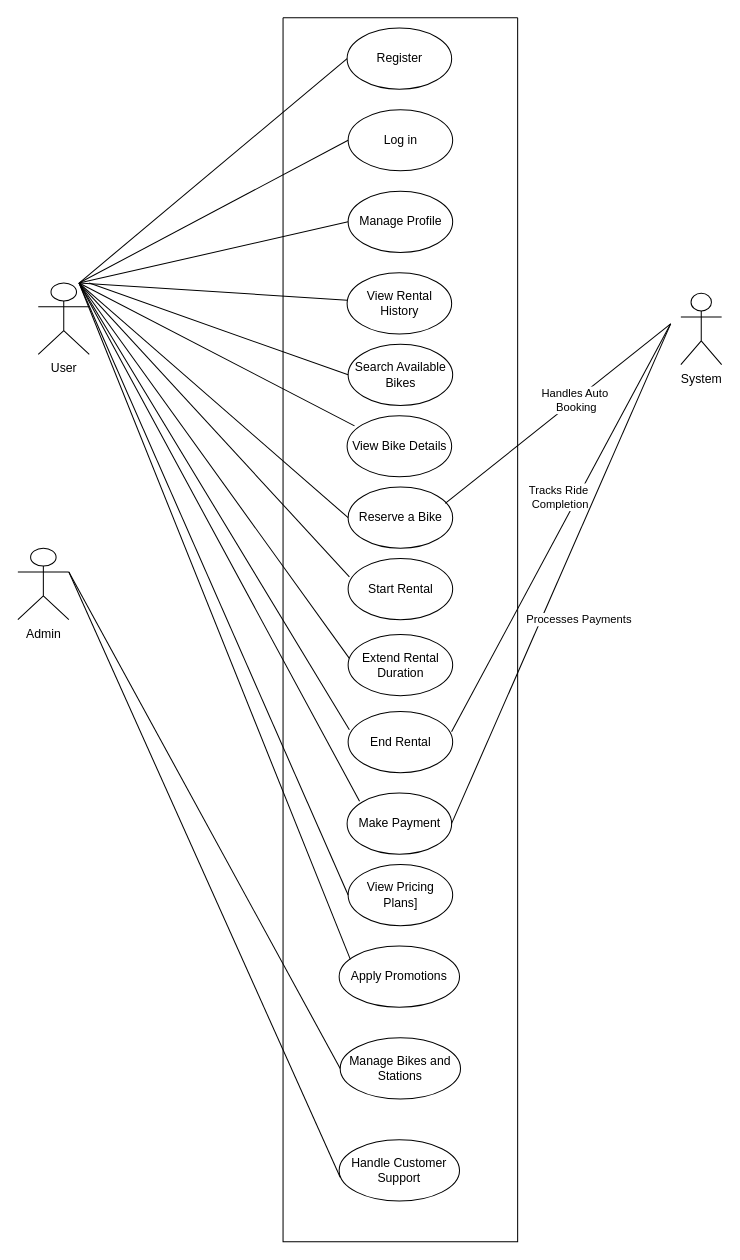
This is Untitled Diagram.drawio from Shalani98/Shalani98, a draw.io file, before an edit. Source tidied: cells renumbered, new cells numbered last; positions are measured from the earlier drawing's top-left corner, leaving out a move shared by most shapes. Both pictures are drawn from the tidied source at 102%, with x=0, y=0 at pixel (17, 17).
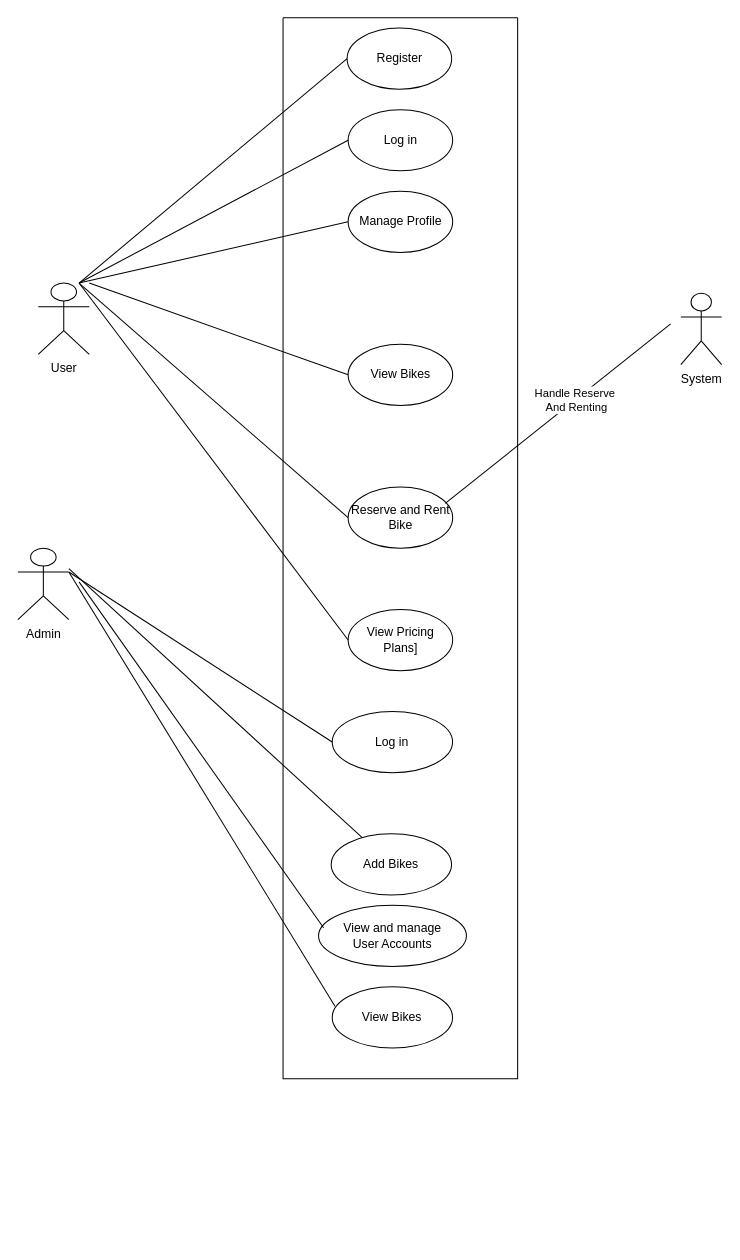
After the change.

Unchanged cells that the change refers to:
```xml
<mxCell id="26" value="Admin" style="shape=umlActor;verticalLabelPosition=bottom;verticalAlign=top;html=1;outlineConnect=0;" parent="1" vertex="1">
  <mxGeometry y="520" width="50" height="70" as="geometry" />
</mxCell>
<mxCell id="39" style="endArrow=none;html=1;rounded=0;exitX=0.929;exitY=0.267;exitDx=0;exitDy=0;exitPerimeter=0;" parent="1" edge="1" source="9">
  <mxGeometry relative="1" as="geometry">
    <mxPoint x="640" y="300" as="targetPoint" />
  </mxGeometry>
</mxCell>
```

What changed in the source:
```diff
@@
     <mxCell id="2" style="swimlane;startSize=0;" parent="1" vertex="1">
-      <mxGeometry x="260" width="230" height="1200" as="geometry" />
+      <mxGeometry x="260" width="230" height="1040" as="geometry" />
     </mxCell>
@@
-    <mxCell id="6" value="View Rental History" style="ellipse;whiteSpace=wrap;html=1;" parent="2" vertex="1">
-      <mxGeometry x="62.8" y="250" width="102.5" height="60" as="geometry" />
-    </mxCell>
-    <mxCell id="7" value="Search Available Bikes" style="ellipse;whiteSpace=wrap;html=1;" parent="2" vertex="1">
+    <mxCell id="7" value="View Bikes" style="ellipse;whiteSpace=wrap;html=1;" parent="2" vertex="1">
       <mxGeometry x="63.8" y="320" width="102.5" height="60" as="geometry" />
     </mxCell>
-    <mxCell id="8" value="View Bike Details" style="ellipse;whiteSpace=wrap;html=1;" parent="2" vertex="1">
-      <mxGeometry x="62.8" y="390" width="102.5" height="60" as="geometry" />
-    </mxCell>
-    <mxCell id="9" value="Reserve a Bike" style="ellipse;whiteSpace=wrap;html=1;" parent="2" vertex="1">
+    <mxCell id="9" value="Reserve and Rent&lt;div&gt;Bike&lt;/div&gt;" style="ellipse;whiteSpace=wrap;html=1;" parent="2" vertex="1">
       <mxGeometry x="63.8" y="460" width="102.5" height="60" as="geometry" />
     </mxCell>
-    <mxCell id="10" value="Start Rental" style="ellipse;whiteSpace=wrap;html=1;" parent="2" vertex="1">
-      <mxGeometry x="63.8" y="530" width="102.5" height="60" as="geometry" />
-    </mxCell>
-    <mxCell id="11" value="Extend Rental Duration" style="ellipse;whiteSpace=wrap;html=1;" parent="2" vertex="1">
-      <mxGeometry x="63.8" y="604.5" width="102.5" height="60" as="geometry" />
-    </mxCell>
-    <mxCell id="12" value="End Rental" style="ellipse;whiteSpace=wrap;html=1;" parent="2" vertex="1">
-      <mxGeometry x="63.8" y="680" width="102.5" height="60" as="geometry" />
-    </mxCell>
-    <mxCell id="13" value="Make Payment" style="ellipse;whiteSpace=wrap;html=1;" parent="2" vertex="1">
-      <mxGeometry x="62.8" y="760" width="102.5" height="60" as="geometry" />
-    </mxCell>
     <mxCell id="14" value="View Pricing Plans]" style="ellipse;whiteSpace=wrap;html=1;" parent="2" vertex="1">
-      <mxGeometry x="63.8" y="830" width="102.5" height="60" as="geometry" />
+      <mxGeometry x="63.8" y="580" width="102.5" height="60" as="geometry" />
     </mxCell>
-    <mxCell id="15" value="Apply Promotions" style="ellipse;whiteSpace=wrap;html=1;" parent="2" vertex="1">
-      <mxGeometry x="55" y="910" width="118" height="60" as="geometry" />
-    </mxCell>
-    <mxCell id="16" value="Manage Bikes and Stations" style="ellipse;whiteSpace=wrap;html=1;" parent="2" vertex="1">
-      <mxGeometry x="56" y="1000" width="118" height="60" as="geometry" />
+    <mxCell id="16" value="Log in" style="ellipse;whiteSpace=wrap;html=1;" parent="2" vertex="1">
+      <mxGeometry x="48.2" y="680" width="118" height="60" as="geometry" />
     </mxCell>
-    <mxCell id="17" style="endArrow=none;html=1;rounded=0;entryX=0.012;entryY=0.3;entryDx=0;entryDy=0;entryPerimeter=0;" parent="2" edge="1">
-      <mxGeometry relative="1" as="geometry">
-        <mxPoint x="-200" y="260" as="sourcePoint" />
-        <mxPoint x="65" y="628" as="targetPoint" />
-      </mxGeometry>
-    </mxCell>
-    <mxCell id="18" style="endArrow=none;html=1;rounded=0;" parent="2" edge="1">
-      <mxGeometry relative="1" as="geometry">
-        <mxPoint x="165.2" y="700" as="sourcePoint" />
-        <mxPoint x="380" y="300" as="targetPoint" />
-      </mxGeometry>
-    </mxCell>
-    <mxCell id="19" value="Tracks Ride&lt;div&gt;&amp;nbsp;Completion&lt;/div&gt;" style="edgeLabel;html=1;align=center;verticalAlign=middle;" parent="18" vertex="1">
-      <mxGeometry x="0.16" y="-2" relative="1" as="geometry">
-        <mxPoint x="-22" as="offset" />
-      </mxGeometry>
-    </mxCell>
-    <mxCell id="20" value="Handle Customer Support" style="ellipse;whiteSpace=wrap;html=1;" parent="2" vertex="1">
-      <mxGeometry x="55" y="1100" width="118" height="60" as="geometry" />
+    <mxCell id="20" value="View Bikes" style="ellipse;whiteSpace=wrap;html=1;" parent="2" vertex="1">
+      <mxGeometry x="48.2" y="950" width="118" height="60" as="geometry" />
     </mxCell>
-    <mxCell id="21" style="endArrow=none;html=1;rounded=0;entryX=0;entryY=0.5;entryDx=0;entryDy=0;exitX=1;exitY=0.3333333333333333;exitDx=0;exitDy=0;exitPerimeter=0;" parent="2" edge="1" source="26">
-      <mxGeometry relative="1" as="geometry">
-        <mxPoint x="56" y="1136.7" as="targetPoint" />
-      </mxGeometry>
-    </mxCell>
-    <mxCell id="22" style="endArrow=none;html=1;rounded=0;" parent="2" edge="1">
-      <mxGeometry relative="1" as="geometry">
-        <mxPoint x="165.2" y="790" as="sourcePoint" />
-        <mxPoint x="380" y="300" as="targetPoint" />
-      </mxGeometry>
-    </mxCell>
-    <mxCell id="23" value="Processes Payments" style="edgeLabel;html=1;align=center;verticalAlign=middle;" parent="22" vertex="1">
-      <mxGeometry x="-0.18" y="-5" relative="1" as="geometry">
-        <mxPoint x="32" y="-2" as="offset" />
-      </mxGeometry>
-    </mxCell>
+    <mxCell id="42" value="View and manage&lt;div&gt;User Accounts&lt;/div&gt;" style="ellipse;whiteSpace=wrap;html=1;" parent="2" vertex="1">
+      <mxGeometry x="34.8" y="870" width="145" height="60" as="geometry" />
+    </mxCell>
+    <mxCell id="43" value="Add Bikes" style="ellipse;whiteSpace=wrap;html=1;" parent="2" vertex="1">
+      <mxGeometry x="47.2" y="800" width="118" height="60" as="geometry" />
+    </mxCell>
@@
-    <mxCell id="31" style="endArrow=none;html=1;rounded=0;" parent="1" edge="1" target="6">
-      <mxGeometry relative="1" as="geometry">
-        <mxPoint x="60" y="260" as="sourcePoint" />
-      </mxGeometry>
-    </mxCell>
@@
-    <mxCell id="33" style="endArrow=none;html=1;rounded=0;entryX=0.071;entryY=0.167;entryDx=0;entryDy=0;entryPerimeter=0;" parent="1" edge="1" target="8">
-      <mxGeometry relative="1" as="geometry">
-        <mxPoint x="60" y="260" as="sourcePoint" />
-      </mxGeometry>
-    </mxCell>
@@
-    <mxCell id="35" style="endArrow=none;html=1;rounded=0;entryX=0.012;entryY=0.3;entryDx=0;entryDy=0;entryPerimeter=0;" parent="1" edge="1" target="10">
-      <mxGeometry relative="1" as="geometry">
-        <mxPoint x="60" y="260" as="sourcePoint" />
-      </mxGeometry>
-    </mxCell>
-    <mxCell id="36" style="endArrow=none;html=1;rounded=0;entryX=0.012;entryY=0.3;entryDx=0;entryDy=0;entryPerimeter=0;" parent="1" edge="1">
-      <mxGeometry relative="1" as="geometry">
-        <mxPoint x="60" y="260" as="sourcePoint" />
-        <mxPoint x="325" y="698" as="targetPoint" />
-      </mxGeometry>
-    </mxCell>
-    <mxCell id="37" style="endArrow=none;html=1;rounded=0;entryX=0.012;entryY=0.3;entryDx=0;entryDy=0;entryPerimeter=0;" parent="1" edge="1">
-      <mxGeometry relative="1" as="geometry">
-        <mxPoint x="60" y="260" as="sourcePoint" />
-        <mxPoint x="335" y="768" as="targetPoint" />
-      </mxGeometry>
-    </mxCell>
@@
-    <mxCell id="40" value="Handles Auto&lt;div&gt;&amp;nbsp;Booking&lt;/div&gt;" style="edgeLabel;html=1;align=center;verticalAlign=middle;" parent="39" vertex="1">
+    <mxCell id="40" value="&lt;div&gt;Handle Reserve&lt;/div&gt;&lt;div&gt;&amp;nbsp;And Renting&lt;/div&gt;" style="edgeLabel;html=1;align=center;verticalAlign=middle;" parent="39" vertex="1">
       <mxGeometry x="0.15" y="1" relative="1" as="geometry" />
     </mxCell>
-    <mxCell id="41" style="endArrow=none;html=1;rounded=0;exitX=0.093;exitY=0.217;exitDx=0;exitDy=0;exitPerimeter=0;" parent="1" edge="1" source="15">
-      <mxGeometry relative="1" as="geometry">
-        <mxPoint x="60" y="260" as="targetPoint" />
-      </mxGeometry>
-    </mxCell>
+    <mxCell id="44" style="endArrow=none;html=1;rounded=0;entryX=0.034;entryY=0.367;entryDx=0;entryDy=0;exitX=1;exitY=0.3333333333333333;exitDx=0;exitDy=0;exitPerimeter=0;entryPerimeter=0;" parent="1" edge="1" target="42">
+      <mxGeometry relative="1" as="geometry">
+        <mxPoint x="60" y="553" as="sourcePoint" />
+      </mxGeometry>
+    </mxCell>
+    <mxCell id="21" style="endArrow=none;html=1;rounded=0;exitX=1;exitY=0.3333333333333333;exitDx=0;exitDy=0;exitPerimeter=0;entryX=0.023;entryY=0.317;entryDx=0;entryDy=0;entryPerimeter=0;" parent="1" edge="1" source="26" target="20">
+      <mxGeometry relative="1" as="geometry" />
+    </mxCell>
+    <mxCell id="45" style="endArrow=none;html=1;rounded=0;" parent="1" edge="1" target="43">
+      <mxGeometry relative="1" as="geometry">
+        <mxPoint x="50" y="540" as="sourcePoint" />
+      </mxGeometry>
+    </mxCell>
```
